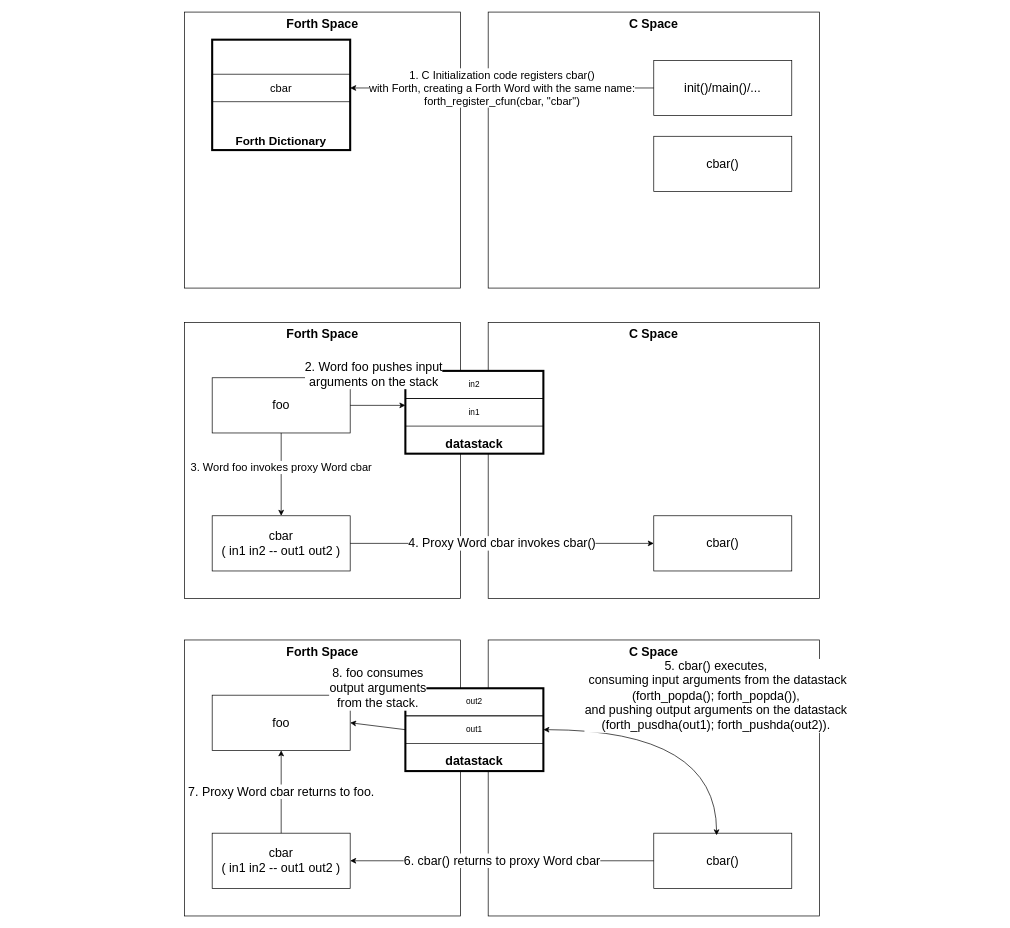
Earlier version of the draw.io diagram docs/assets/forth-calls-c.drawio (epsilon537/boxlambda). Source tidied: cells renumbered, new cells numbered last; positions are measured from the earlier drawing's top-left corner, leaving out a move shared by most shapes. Both pictures are drawn from the tidied source at 69%, with x=0, y=0 at pixel (12, 12).
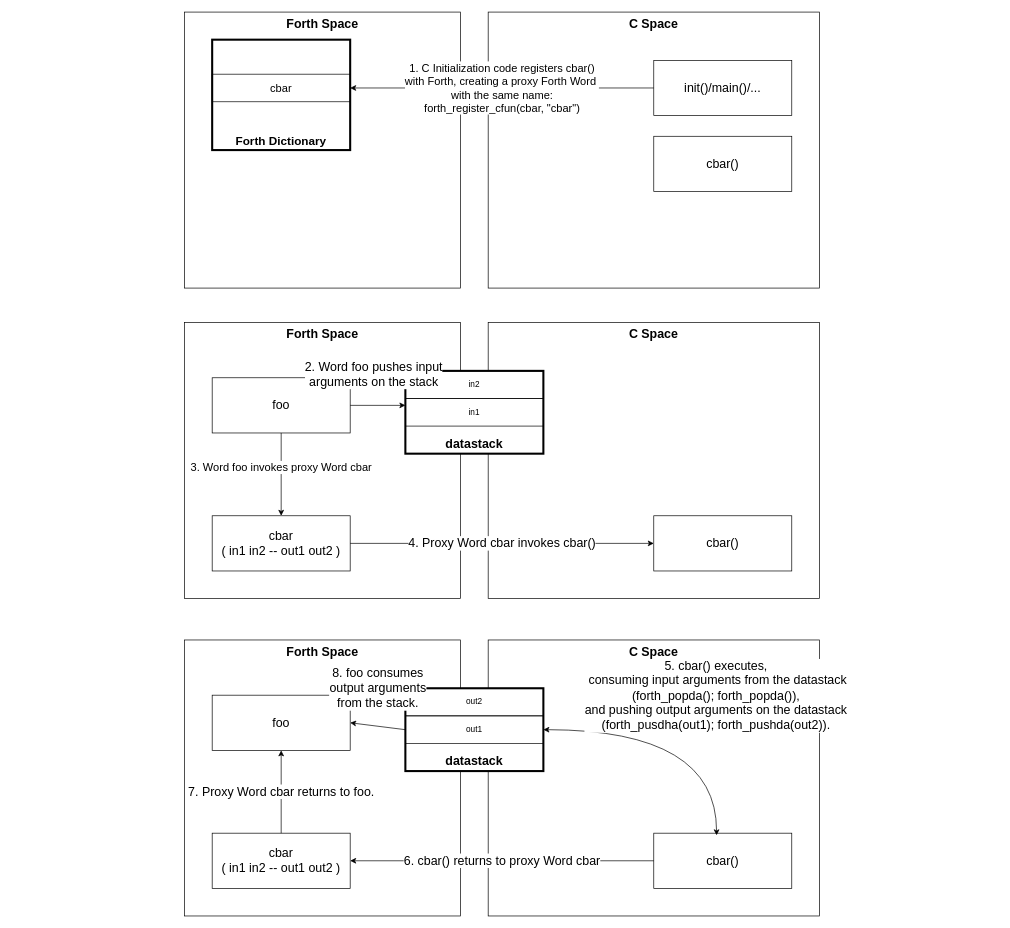
After the change.

Commit message (it also covers changes not shown here):
Forth and C ready for release

The change refers to these unchanged cells:
```xml
<mxCell id="14" value="cbar" style="rounded=0;whiteSpace=wrap;html=1;verticalAlign=middle;fillColor=none;strokeColor=default;fontSize=16;" parent="1" vertex="1">
  <mxGeometry x="290" y="90" width="200" height="40" as="geometry" />
</mxCell>
<mxCell id="15" value="init()/main()/..." style="rounded=0;whiteSpace=wrap;html=1;fontSize=18;" parent="1" vertex="1">
  <mxGeometry x="930" y="70" width="200" height="80" as="geometry" />
</mxCell>
```

What changed in the source:
```diff
@@
-    <mxCell id="16" value="1. C Initialization code registers cbar()&lt;br&gt;with Forth, creating a Forth Word with the same name:&lt;br&gt;forth_register_cfun(cbar, &quot;cbar&quot;)" style="endArrow=classic;html=1;rounded=0;exitX=0;exitY=0.5;exitDx=0;exitDy=0;entryX=1;entryY=0.5;entryDx=0;entryDy=0;fontSize=16;" parent="1" edge="1" source="15" target="14">
+    <mxCell id="16" value="1. C Initialization code registers cbar()&lt;br&gt;with Forth, creating a proxy Forth Word&amp;nbsp;&lt;div&gt;with the same name:&lt;br&gt;forth_register_cfun(cbar, &quot;cbar&quot;)&lt;/div&gt;" style="endArrow=classic;html=1;rounded=0;exitX=0;exitY=0.5;exitDx=0;exitDy=0;entryX=1;entryY=0.5;entryDx=0;entryDy=0;fontSize=16;" parent="1" edge="1" source="15" target="14">
       <mxGeometry relative="1" as="geometry" />
     </mxCell>
```
